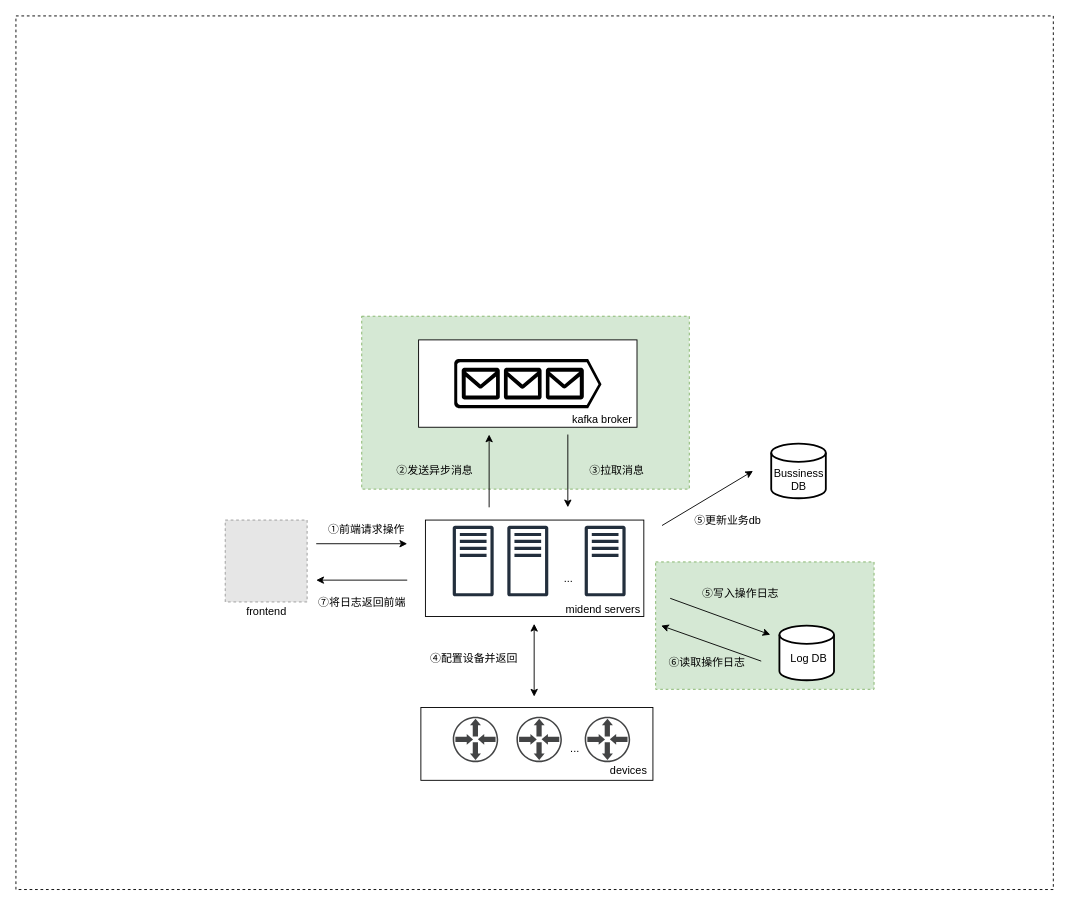
This is 事件驱动.drawio from StephenHuge/draw-io, a draw.io file, before an edit. Source tidied: cells renumbered, new cells numbered last; positions are measured from the earlier drawing's top-left corner, leaving out a move shared by most shapes. Both pictures are drawn from the tidied source at 91%, with x=0, y=0 at pixel (15, 15). Pictures stored in the file or linked from it are replaced by grey dashed boxes.
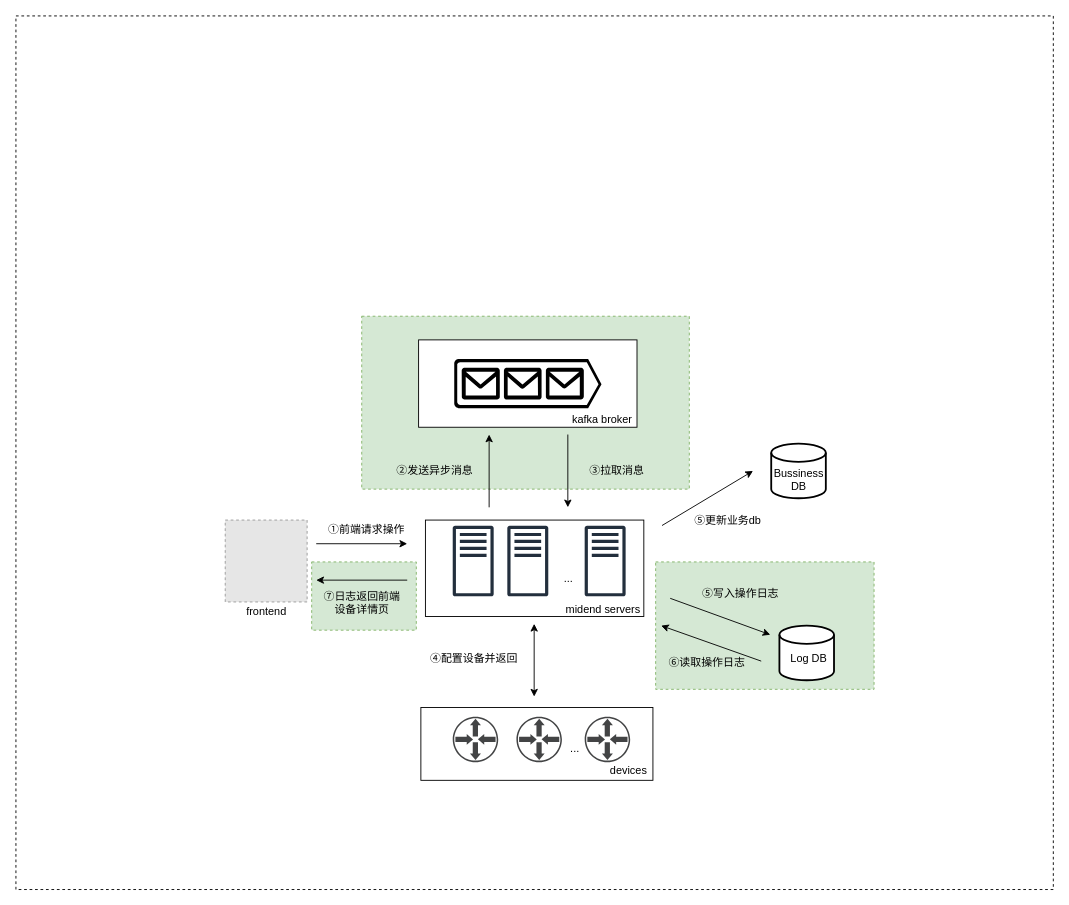
After the change.

Commit message (it also covers changes not shown here):
更新事件驱动.drawio

Diff of the diagram source:
```diff
@@
+    <mxCell id="42" style="rounded=0;whiteSpace=wrap;html=1;dashed=1;fillColor=#d5e8d4;strokeColor=#82b366;" parent="1" vertex="1">
+      <mxGeometry x="325" y="600" width="115" height="75" as="geometry" />
+    </mxCell>
@@
-    <mxCell id="41" value="⑦将日志返回前端" style="text;html=1;align=center;verticalAlign=middle;strokeColor=none;fillColor=none;" parent="1" vertex="1">
-      <mxGeometry x="320" y="630" width="120" height="30" as="geometry" />
+    <mxCell id="41" value="⑦日志返回前端&lt;br&gt;设备详情页" style="text;html=1;align=center;verticalAlign=middle;strokeColor=none;fillColor=none;" parent="1" vertex="1">
+      <mxGeometry x="325" y="625" width="110" height="40" as="geometry" />
     </mxCell>
```
